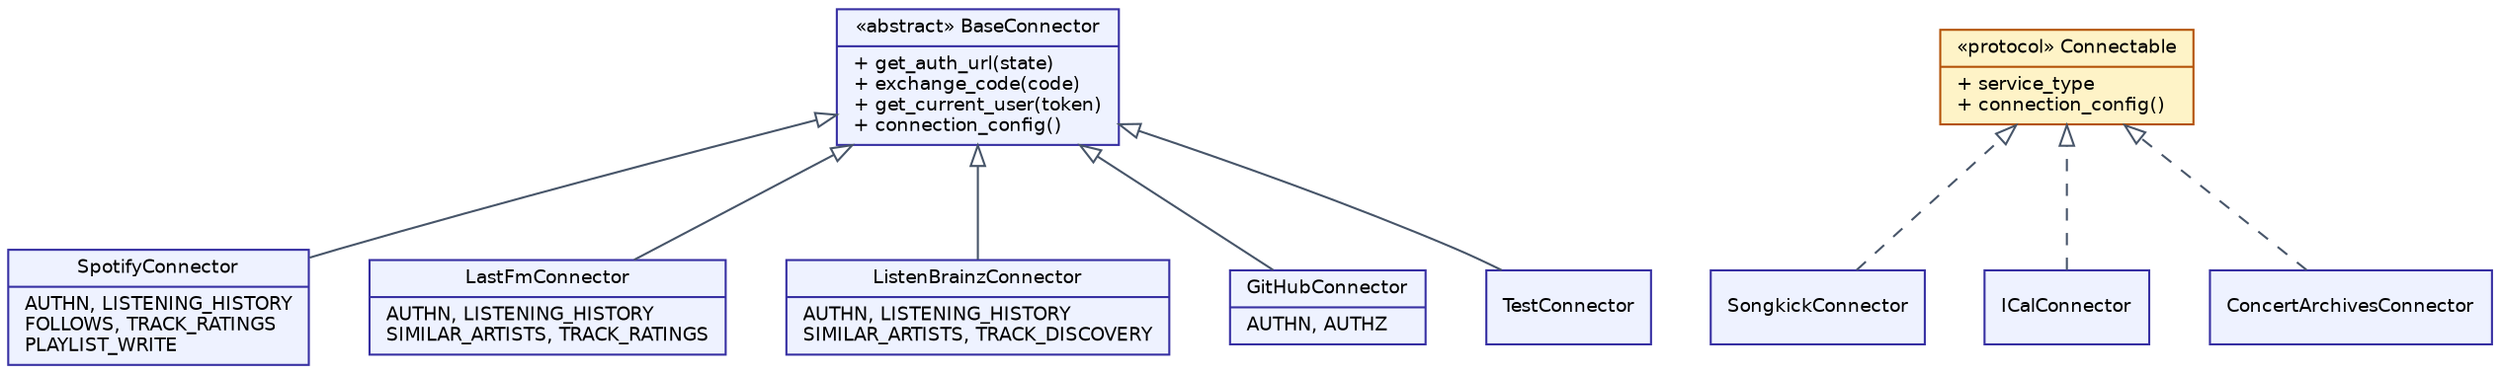
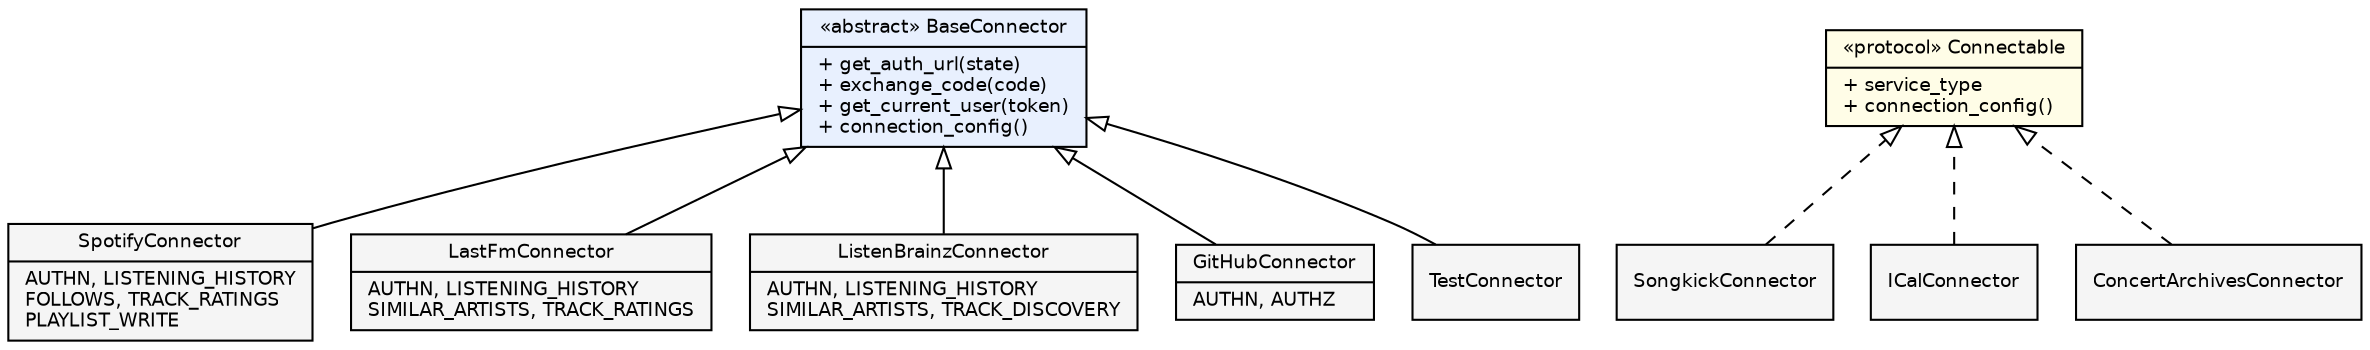
- // Connector class hierarchy — full connectors extend BaseConnector (solid,
- // inheritance); lightweight connectors realize the Connectable protocol (dashed).
- // Render: make diagrams  (dot -Tsvg)
+ // Connector Class Hierarchy
+ // Full connectors extend BaseConnector (solid edge = inheritance); lightweight
+ // connectors realize the Connectable protocol (dashed edge = realization).
+ // Concrete connectors list their declared capabilities.
+ //
+ // Render: dot -Tsvg connector-system.dot -o connector-system.svg
+ 
digraph connector_system {
    rankdir=BT;
-     graph [fontname="Helvetica", fontsize=11, nodesep=0.4, ranksep=0.7];
-     node  [fontname="Helvetica", fontsize=9, shape=record, style=filled, fillcolor="#eef2ff", color="#3730a3"];
-     edge  [fontname="Helvetica", fontsize=8, color="#475569"];
+     fontname="Helvetica";
+     node [fontname="Helvetica", fontsize=9, shape=record, style=filled, fillcolor="#f5f5f5"];
+     edge [fontname="Helvetica", fontsize=9];

-     BaseConnector [label="{«abstract» BaseConnector|+ get_auth_url(state)\l+ exchange_code(code)\l+ get_current_user(token)\l+ connection_config()\l}"];
-     Connectable   [label="{«protocol» Connectable|+ service_type\l+ connection_config()\l}", fillcolor="#fef3c7", color="#b45309"];
+     BaseConnector [label="{«abstract» BaseConnector|+ get_auth_url(state)\l+ exchange_code(code)\l+ get_current_user(token)\l+ connection_config()\l}", fillcolor="#e8f0fe"];
+     Connectable   [label="{«protocol» Connectable|+ service_type\l+ connection_config()\l}", fillcolor="#fffde7"];

    SpotifyConnector      [label="{SpotifyConnector|AUTHN, LISTENING_HISTORY\lFOLLOWS, TRACK_RATINGS\lPLAYLIST_WRITE\l}"];
    LastFmConnector       [label="{LastFmConnector|AUTHN, LISTENING_HISTORY\lSIMILAR_ARTISTS, TRACK_RATINGS\l}"];
    ListenBrainzConnector [label="{ListenBrainzConnector|AUTHN, LISTENING_HISTORY\lSIMILAR_ARTISTS, TRACK_DISCOVERY\l}"];
    GitHubConnector       [label="{GitHubConnector|AUTHN, AUTHZ\l}"];
    TestConnector         [label="TestConnector"];
    SongkickConnector        [label="SongkickConnector"];
    ICalConnector            [label="ICalConnector"];
    ConcertArchivesConnector [label="ConcertArchivesConnector"];

    // Inheritance: solid line, open triangle pointing at the base class.
    edge [arrowhead=empty, style=solid];
    SpotifyConnector      -> BaseConnector;
    LastFmConnector       -> BaseConnector;
    ListenBrainzConnector -> BaseConnector;
    GitHubConnector       -> BaseConnector;
    TestConnector         -> BaseConnector;

    // Realization: dashed line, open triangle pointing at the protocol.
    edge [arrowhead=empty, style=dashed];
    SongkickConnector        -> Connectable;
    ICalConnector            -> Connectable;
    ConcertArchivesConnector -> Connectable;
}
